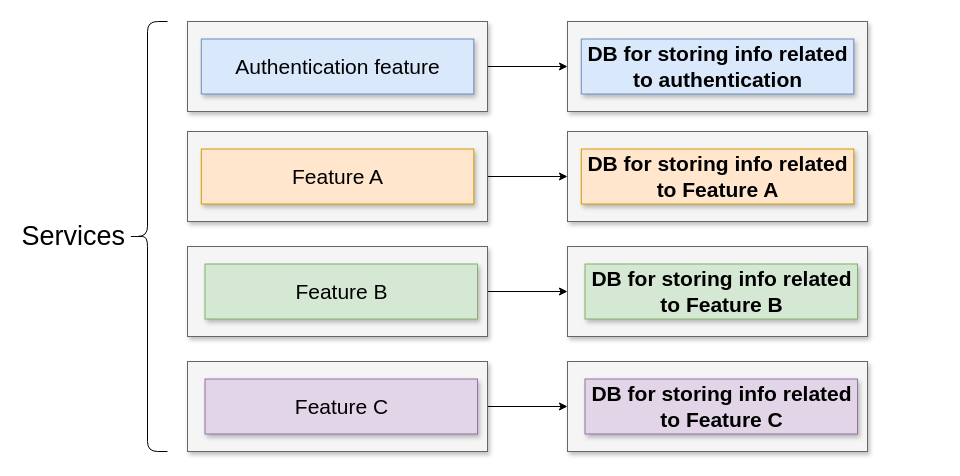
Above: page "13 - db" (13 of 22) of week-8/microservices/diagrams/01/diagrams.drawio in nagcloudlab/batch2 (draw.io), before the change. Source tidied: cells renumbered, new cells numbered last; positions are measured from the earlier drawing's top-left corner, leaving out a move shared by most shapes. Both pictures are drawn from the tidied source at 100%, with x=0, y=0 at pixel (17, 21).
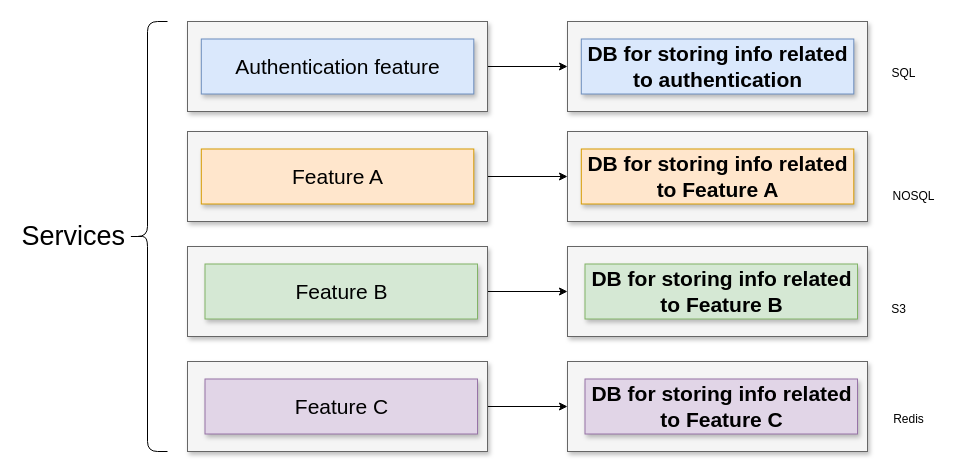
The same diagram, later.

What changed in the source:
```diff
@@
+    <mxCell id="24" value="SQL" style="text;html=1;align=center;verticalAlign=middle;" parent="1" vertex="1">
+      <mxGeometry x="866" y="42" width="40" height="20" as="geometry" />
+    </mxCell>
+    <mxCell id="25" value="NOSQL" style="text;html=1;align=center;verticalAlign=middle;" parent="1" vertex="1">
+      <mxGeometry x="866" y="165" width="60" height="20" as="geometry" />
+    </mxCell>
+    <mxCell id="26" value="S3" style="text;html=1;align=center;verticalAlign=middle;" parent="1" vertex="1">
+      <mxGeometry x="866" y="278" width="30" height="20" as="geometry" />
+    </mxCell>
+    <mxCell id="27" value="Redis" style="text;html=1;align=center;verticalAlign=middle;" parent="1" vertex="1">
+      <mxGeometry x="866" y="388" width="50" height="20" as="geometry" />
+    </mxCell>
```
